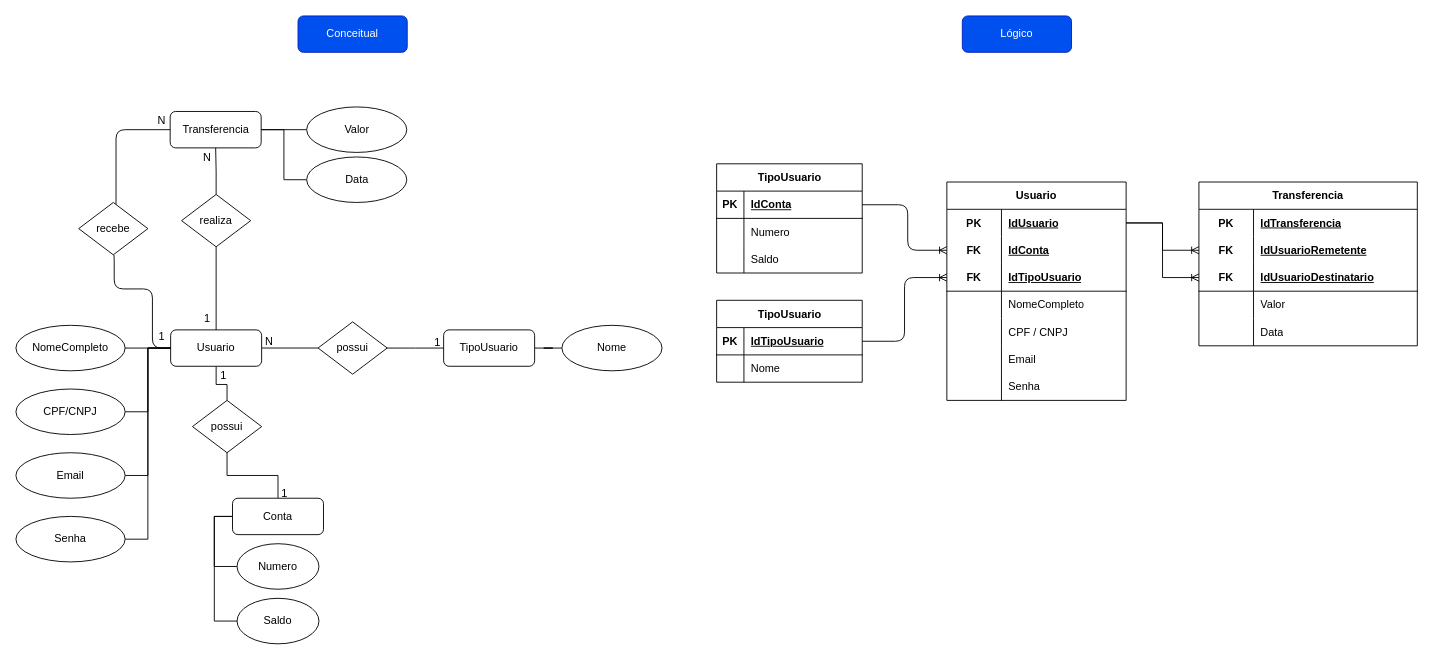
Above: banco-digital/banco-digital-diagrama-completo.drawio in LucasBO7/Projetos (draw.io), before the change. Source tidied: cells renumbered, new cells numbered last; positions are measured from the earlier drawing's top-left corner, leaving out a move shared by most shapes. Both pictures are drawn from the tidied source at 91%, with x=0, y=0 at pixel (15, 15).
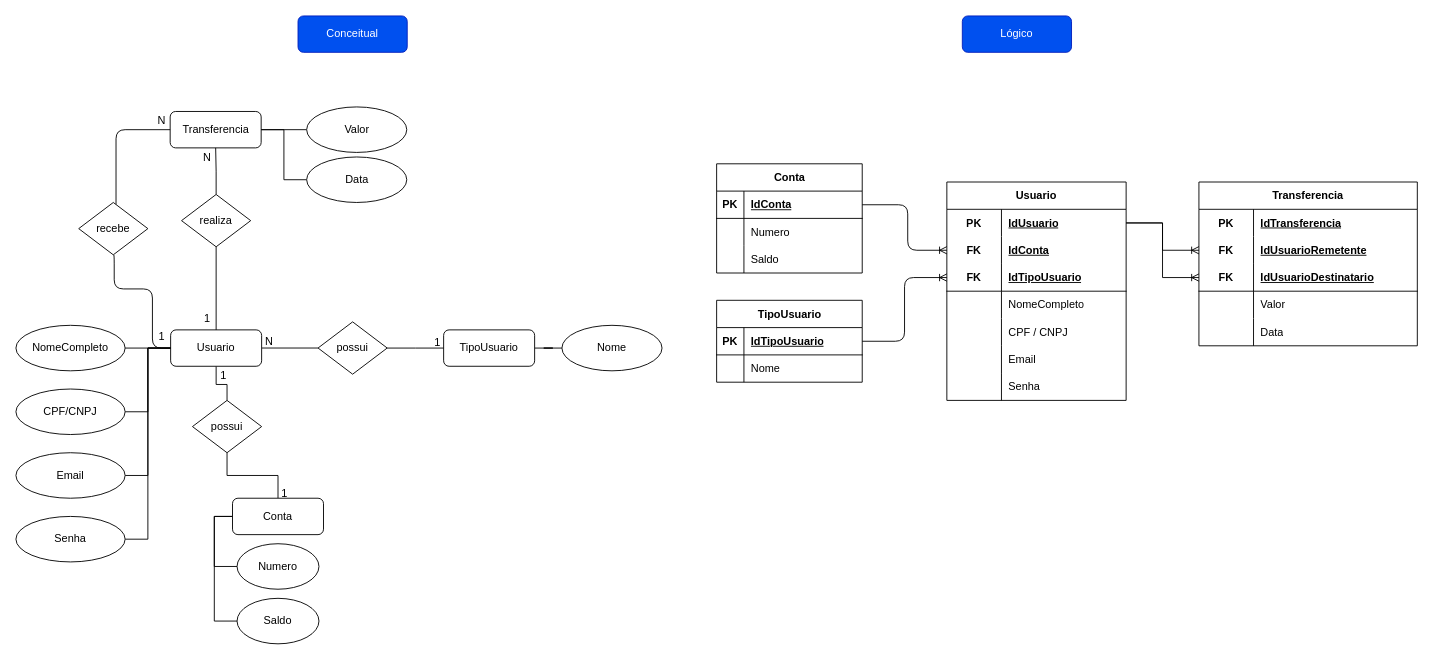
The same page after the edit.

Diff of the diagram source:
```diff
@@
-    <mxCell id="62" value="TipoUsuario" style="shape=table;startSize=30;childLayout=tableLayout;rowLines=0;fontStyle=1;align=center;html=1;" parent="1" vertex="1">
+    <mxCell id="62" value="Conta" style="shape=table;startSize=30;childLayout=tableLayout;rowLines=0;fontStyle=1;align=center;html=1;" parent="1" vertex="1">
       <mxGeometry x="770" y="162.5" width="160" height="120" as="geometry" />
     </mxCell>
```
